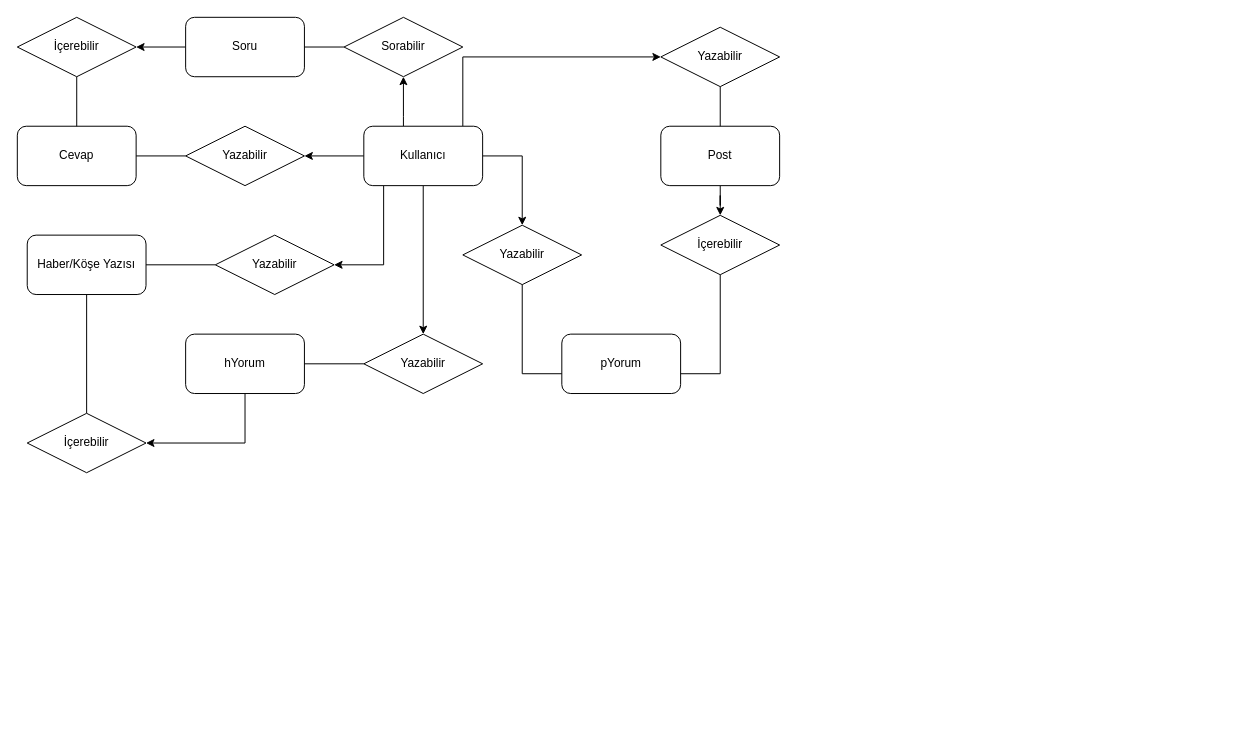
Earlier version of the draw.io diagram engelli_proje_er.drawio (smhcbr/flowcharts). Source tidied: cells renumbered, new cells numbered last; positions are measured from the earlier drawing's top-left corner, leaving out a move shared by most shapes. Both pictures are drawn from the tidied source at 99%, with x=0, y=0 at pixel (17, 17).
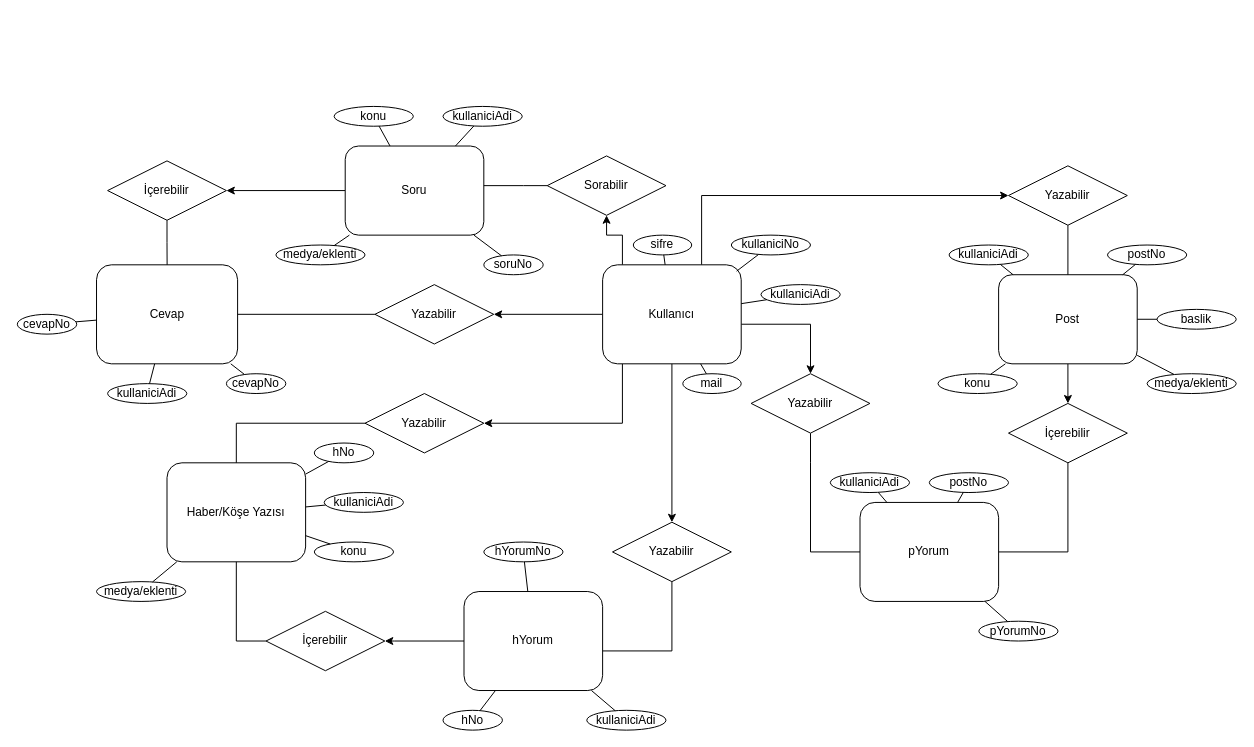
After the change.

The edit, as a diff of the source:
```diff
@@
     <mxCell id="2" style="edgeStyle=orthogonalEdgeStyle;rounded=0;jettySize=auto;html=1;" parent="1" edge="1" source="8" target="19">
       <mxGeometry relative="1" as="geometry">
         <Array as="points">
-          <mxPoint x="450" y="40" />
+          <mxPoint x="691.2" y="180" />
         </Array>
       </mxGeometry>
     </mxCell>
     <mxCell id="3" style="edgeStyle=orthogonalEdgeStyle;rounded=0;jettySize=auto;html=1;" parent="1" edge="1" source="8" target="21">
       <mxGeometry relative="1" as="geometry">
         <Array as="points">
-          <mxPoint x="510" y="140" />
+          <mxPoint x="801.2" y="310" />
         </Array>
       </mxGeometry>
     </mxCell>
     <mxCell id="4" style="edgeStyle=orthogonalEdgeStyle;rounded=0;jettySize=auto;html=1;" parent="1" edge="1" source="8" target="25">
       <mxGeometry relative="1" as="geometry">
         <Array as="points">
-          <mxPoint x="390" y="100" />
-          <mxPoint x="390" y="100" />
+          <mxPoint x="611.2" y="220" />
+          <mxPoint x="595.2" y="220" />
         </Array>
       </mxGeometry>
     </mxCell>
@@
     <mxCell id="6" style="edgeStyle=orthogonalEdgeStyle;rounded=0;jettySize=auto;html=1;" parent="1" edge="1" source="8" target="31">
       <mxGeometry relative="1" as="geometry">
         <Array as="points">
-          <mxPoint x="370" y="250" />
+          <mxPoint x="611.2" y="410" />
         </Array>
       </mxGeometry>
     </mxCell>
@@
     <mxCell id="8" value="Kullanıcı" style="rounded=1;whiteSpace=wrap;html=1;" parent="1" vertex="1">
-      <mxGeometry x="350" y="110" width="120" height="60" as="geometry" />
+      <mxGeometry x="591.2" y="250" width="140" height="100" as="geometry" />
     </mxCell>
@@
     <mxCell id="10" value="Post" style="rounded=1;whiteSpace=wrap;html=1;" parent="1" vertex="1">
-      <mxGeometry x="650" y="110" width="120" height="60" as="geometry" />
+      <mxGeometry x="991.2" y="260" width="140" height="90" as="geometry" />
     </mxCell>
     <mxCell id="11" value="Haber/Köşe Yazısı" style="rounded=1;whiteSpace=wrap;html=1;" parent="1" vertex="1">
-      <mxGeometry x="10" y="220" width="120" height="60" as="geometry" />
+      <mxGeometry x="151.2" y="450" width="140" height="100" as="geometry" />
     </mxCell>
@@
     <mxCell id="13" value="Soru" style="rounded=1;whiteSpace=wrap;html=1;" parent="1" vertex="1">
-      <mxGeometry x="170" width="120" height="60" as="geometry" />
+      <mxGeometry x="331.2" y="130" width="140" height="90" as="geometry" />
     </mxCell>
     <mxCell id="14" value="Cevap" style="rounded=1;whiteSpace=wrap;html=1;" parent="1" vertex="1">
-      <mxGeometry y="110" width="120" height="60" as="geometry" />
+      <mxGeometry x="80" y="250" width="142.5" height="100" as="geometry" />
     </mxCell>
     <mxCell id="15" value="pYorum" style="rounded=1;whiteSpace=wrap;html=1;" parent="1" vertex="1">
-      <mxGeometry x="550" y="320" width="120" height="60" as="geometry" />
+      <mxGeometry x="851.2" y="490" width="140" height="100" as="geometry" />
     </mxCell>
     <mxCell id="16" style="edgeStyle=orthogonalEdgeStyle;rounded=0;jettySize=auto;html=1;" parent="1" edge="1" source="17" target="35">
       <mxGeometry relative="1" as="geometry">
         <Array as="points">
-          <mxPoint x="230" y="430" />
+          <mxPoint x="381.2" y="630" />
+          <mxPoint x="381.2" y="630" />
         </Array>
       </mxGeometry>
     </mxCell>
     <mxCell id="17" value="hYorum" style="rounded=1;whiteSpace=wrap;html=1;" parent="1" vertex="1">
-      <mxGeometry x="170" y="320" width="120" height="60" as="geometry" />
+      <mxGeometry x="451.2" y="580" width="140" height="100" as="geometry" />
     </mxCell>
@@
     <mxCell id="19" value="Yazabilir" style="shape=rhombus;perimeter=rhombusPerimeter;whiteSpace=wrap;html=1;align=center;" parent="1" vertex="1">
-      <mxGeometry x="650" y="10" width="120" height="60" as="geometry" />
+      <mxGeometry x="1001.2" y="150" width="120" height="60" as="geometry" />
     </mxCell>
     <mxCell id="20" style="edgeStyle=orthogonalEdgeStyle;rounded=0;jettySize=auto;html=1;endArrow=none;endFill=0;" parent="1" edge="1" source="21" target="15">
       <mxGeometry relative="1" as="geometry">
         <Array as="points">
-          <mxPoint x="510" y="360" />
+          <mxPoint x="801.2" y="450" />
+          <mxPoint x="801.2" y="450" />
         </Array>
       </mxGeometry>
     </mxCell>
     <mxCell id="21" value="Yazabilir" style="shape=rhombus;perimeter=rhombusPerimeter;whiteSpace=wrap;html=1;align=center;" parent="1" vertex="1">
-      <mxGeometry x="450" y="210" width="120" height="60" as="geometry" />
+      <mxGeometry x="741.2" y="360" width="120" height="60" as="geometry" />
     </mxCell>
     <mxCell id="22" style="edgeStyle=orthogonalEdgeStyle;rounded=0;jettySize=auto;html=1;endArrow=none;endFill=0;" parent="1" edge="1" source="23" target="15">
       <mxGeometry relative="1" as="geometry">
         <Array as="points">
-          <mxPoint x="710" y="360" />
+          <mxPoint x="1061.2" y="540" />
         </Array>
       </mxGeometry>
     </mxCell>
     <mxCell id="23" value="İçerebilir" style="shape=rhombus;perimeter=rhombusPerimeter;whiteSpace=wrap;html=1;align=center;" parent="1" vertex="1">
-      <mxGeometry x="650" y="200" width="120" height="60" as="geometry" />
+      <mxGeometry x="1001.2" y="390" width="120" height="60" as="geometry" />
     </mxCell>
     <mxCell id="24" style="edgeStyle=orthogonalEdgeStyle;rounded=0;jettySize=auto;html=1;endArrow=none;endFill=0;" parent="1" edge="1" source="25" target="13">
-      <mxGeometry relative="1" as="geometry" />
+      <mxGeometry relative="1" as="geometry">
+        <Array as="points">
+          <mxPoint x="511.2" y="170" />
+          <mxPoint x="511.2" y="170" />
+        </Array>
+      </mxGeometry>
     </mxCell>
     <mxCell id="25" value="Sorabilir" style="shape=rhombus;perimeter=rhombusPerimeter;whiteSpace=wrap;html=1;align=center;" parent="1" vertex="1">
-      <mxGeometry x="330" width="120" height="60" as="geometry" />
+      <mxGeometry x="535.2" y="140" width="120" height="60" as="geometry" />
     </mxCell>
@@
     <mxCell id="27" value="İçerebilir" style="shape=rhombus;perimeter=rhombusPerimeter;whiteSpace=wrap;html=1;align=center;" parent="1" vertex="1">
-      <mxGeometry width="120" height="60" as="geometry" />
+      <mxGeometry x="91.2" y="145" width="120" height="60" as="geometry" />
     </mxCell>
@@
     <mxCell id="29" value="Yazabilir" style="shape=rhombus;perimeter=rhombusPerimeter;whiteSpace=wrap;html=1;align=center;" parent="1" vertex="1">
-      <mxGeometry x="170" y="110" width="120" height="60" as="geometry" />
+      <mxGeometry x="361.2" y="270" width="120" height="60" as="geometry" />
     </mxCell>
@@
     <mxCell id="31" value="Yazabilir" style="shape=rhombus;perimeter=rhombusPerimeter;whiteSpace=wrap;html=1;align=center;" parent="1" vertex="1">
-      <mxGeometry x="200" y="220" width="120" height="60" as="geometry" />
+      <mxGeometry x="351.2" y="380" width="120" height="60" as="geometry" />
     </mxCell>
     <mxCell id="32" style="edgeStyle=orthogonalEdgeStyle;rounded=0;jettySize=auto;html=1;endArrow=none;endFill=0;" parent="1" edge="1" source="33" target="17">
-      <mxGeometry relative="1" as="geometry" />
+      <mxGeometry relative="1" as="geometry">
+        <Array as="points">
+          <mxPoint x="661.2" y="640" />
+        </Array>
+      </mxGeometry>
     </mxCell>
     <mxCell id="33" value="Yazabilir" style="shape=rhombus;perimeter=rhombusPerimeter;whiteSpace=wrap;html=1;align=center;" parent="1" vertex="1">
-      <mxGeometry x="350" y="320" width="120" height="60" as="geometry" />
+      <mxGeometry x="601.2" y="510" width="120" height="60" as="geometry" />
     </mxCell>
     <mxCell id="34" style="edgeStyle=orthogonalEdgeStyle;rounded=0;jettySize=auto;html=1;endArrow=none;endFill=0;" parent="1" edge="1" source="35" target="11">
-      <mxGeometry relative="1" as="geometry" />
+      <mxGeometry relative="1" as="geometry">
+        <Array as="points">
+          <mxPoint x="221.2" y="630" />
+        </Array>
+      </mxGeometry>
     </mxCell>
     <mxCell id="35" value="İçerebilir" style="shape=rhombus;perimeter=rhombusPerimeter;whiteSpace=wrap;html=1;align=center;" parent="1" vertex="1">
-      <mxGeometry x="10" y="400" width="120" height="60" as="geometry" />
+      <mxGeometry x="251.2" y="600" width="120" height="60" as="geometry" />
     </mxCell>
+    <mxCell id="36" style="endArrow=none;html=1;rounded=0;exitX=0.967;exitY=0.064;exitDx=0;exitDy=0;exitPerimeter=0;" parent="1" edge="1" source="8" target="43">
+      <mxGeometry relative="1" as="geometry" />
+    </mxCell>
+    <mxCell id="37" value="kullaniciAdi" style="ellipse;whiteSpace=wrap;html=1;align=center;" parent="1" vertex="1">
+      <mxGeometry x="751.2" y="270" width="80" height="20" as="geometry" />
+    </mxCell>
+    <mxCell id="38" style="endArrow=none;html=1;rounded=0;" parent="1" edge="1" source="8" target="37">
+      <mxGeometry relative="1" as="geometry" />
+    </mxCell>
+    <mxCell id="39" value="sifre" style="ellipse;whiteSpace=wrap;html=1;align=center;" parent="1" vertex="1">
+      <mxGeometry x="622.2" y="220" width="59" height="20" as="geometry" />
+    </mxCell>
+    <mxCell id="40" style="endArrow=none;html=1;rounded=0;" parent="1" edge="1" source="8" target="39">
+      <mxGeometry relative="1" as="geometry" />
+    </mxCell>
+    <mxCell id="41" value="mail" style="ellipse;whiteSpace=wrap;html=1;align=center;" parent="1" vertex="1">
+      <mxGeometry x="672.2" y="360" width="59" height="20" as="geometry" />
+    </mxCell>
+    <mxCell id="42" style="endArrow=none;html=1;rounded=0;" parent="1" edge="1" source="8" target="41">
+      <mxGeometry relative="1" as="geometry" />
+    </mxCell>
+    <mxCell id="43" value="kullaniciNo" style="ellipse;whiteSpace=wrap;html=1;align=center;" parent="1" vertex="1">
+      <mxGeometry x="721.2" y="220" width="80" height="20" as="geometry" />
+    </mxCell>
+    <mxCell id="44" value="kullaniciAdi" style="ellipse;whiteSpace=wrap;html=1;align=center;" parent="1" vertex="1">
+      <mxGeometry x="941.2" y="230" width="80" height="20" as="geometry" />
+    </mxCell>
+    <mxCell id="45" style="endArrow=none;html=1;rounded=0;" parent="1" edge="1" source="10" target="44">
+      <mxGeometry relative="1" as="geometry" />
+    </mxCell>
+    <mxCell id="46" value="postNo" style="ellipse;whiteSpace=wrap;html=1;align=center;" parent="1" vertex="1">
+      <mxGeometry x="1101.2" y="230" width="80" height="20" as="geometry" />
+    </mxCell>
+    <mxCell id="47" style="endArrow=none;html=1;rounded=0;" parent="1" edge="1" source="10" target="46">
+      <mxGeometry relative="1" as="geometry" />
+    </mxCell>
+    <mxCell id="48" value="baslik" style="ellipse;whiteSpace=wrap;html=1;align=center;" parent="1" vertex="1">
+      <mxGeometry x="1151.2" y="295" width="80" height="20" as="geometry" />
+    </mxCell>
+    <mxCell id="49" style="endArrow=none;html=1;rounded=0;" parent="1" edge="1" source="10" target="48">
+      <mxGeometry relative="1" as="geometry" />
+    </mxCell>
+    <mxCell id="50" value="medya/eklenti" style="ellipse;whiteSpace=wrap;html=1;align=center;" parent="1" vertex="1">
+      <mxGeometry x="1141.2" y="360" width="90" height="20" as="geometry" />
+    </mxCell>
+    <mxCell id="51" style="endArrow=none;html=1;rounded=0;" parent="1" edge="1" source="10" target="50">
+      <mxGeometry relative="1" as="geometry" />
+    </mxCell>
+    <mxCell id="52" value="postNo" style="ellipse;whiteSpace=wrap;html=1;align=center;" parent="1" vertex="1">
+      <mxGeometry x="921.2" y="460" width="80" height="20" as="geometry" />
+    </mxCell>
+    <mxCell id="53" style="endArrow=none;html=1;rounded=0;" parent="1" edge="1" source="15" target="52">
+      <mxGeometry relative="1" as="geometry" />
+    </mxCell>
+    <mxCell id="54" value="kullaniciAdi" style="ellipse;whiteSpace=wrap;html=1;align=center;" parent="1" vertex="1">
+      <mxGeometry x="821.2" y="460" width="80" height="20" as="geometry" />
+    </mxCell>
+    <mxCell id="55" style="endArrow=none;html=1;rounded=0;" parent="1" edge="1" source="15" target="54">
+      <mxGeometry relative="1" as="geometry" />
+    </mxCell>
+    <mxCell id="56" value="pYorumNo" style="ellipse;whiteSpace=wrap;html=1;align=center;" parent="1" vertex="1">
+      <mxGeometry x="971.2" y="610" width="80" height="20" as="geometry" />
+    </mxCell>
+    <mxCell id="57" style="endArrow=none;html=1;rounded=0;" parent="1" edge="1" source="15" target="56">
+      <mxGeometry relative="1" as="geometry" />
+    </mxCell>
+    <mxCell id="58" value="konu" style="ellipse;whiteSpace=wrap;html=1;align=center;" parent="1" vertex="1">
+      <mxGeometry x="930" y="360" width="80" height="20" as="geometry" />
+    </mxCell>
+    <mxCell id="59" style="endArrow=none;html=1;rounded=0;" parent="1" edge="1" source="10" target="58">
+      <mxGeometry relative="1" as="geometry" />
+    </mxCell>
+    <mxCell id="60" value="konu" style="ellipse;whiteSpace=wrap;html=1;align=center;" parent="1" vertex="1">
+      <mxGeometry x="300" y="530" width="80" height="20" as="geometry" />
+    </mxCell>
+    <mxCell id="61" style="endArrow=none;html=1;rounded=0;" parent="1" edge="1" source="60" target="11">
+      <mxGeometry relative="1" as="geometry" />
+    </mxCell>
+    <mxCell id="62" value="kullaniciAdi" style="ellipse;whiteSpace=wrap;html=1;align=center;" parent="1" vertex="1">
+      <mxGeometry x="310" y="480" width="80" height="20" as="geometry" />
+    </mxCell>
+    <mxCell id="63" style="endArrow=none;html=1;rounded=0;" parent="1" edge="1" source="62" target="11">
+      <mxGeometry relative="1" as="geometry" />
+    </mxCell>
+    <mxCell id="64" value="hNo" style="ellipse;whiteSpace=wrap;html=1;align=center;" parent="1" vertex="1">
+      <mxGeometry x="300" y="430" width="60" height="20" as="geometry" />
+    </mxCell>
+    <mxCell id="65" style="endArrow=none;html=1;rounded=0;" parent="1" edge="1" source="64" target="11">
+      <mxGeometry relative="1" as="geometry" />
+    </mxCell>
+    <mxCell id="66" value="medya/eklenti" style="ellipse;whiteSpace=wrap;html=1;align=center;" parent="1" vertex="1">
+      <mxGeometry x="80" y="570" width="90" height="20" as="geometry" />
+    </mxCell>
+    <mxCell id="67" style="endArrow=none;html=1;rounded=0;" parent="1" edge="1" source="66" target="11">
+      <mxGeometry relative="1" as="geometry" />
+    </mxCell>
+    <mxCell id="68" value="kullaniciAdi" style="ellipse;whiteSpace=wrap;html=1;align=center;" parent="1" vertex="1">
+      <mxGeometry x="575.2" y="700" width="80" height="20" as="geometry" />
+    </mxCell>
+    <mxCell id="69" style="endArrow=none;html=1;rounded=0;" parent="1" edge="1" source="17" target="68">
+      <mxGeometry relative="1" as="geometry" />
+    </mxCell>
+    <mxCell id="70" value="hNo" style="ellipse;whiteSpace=wrap;html=1;align=center;" parent="1" vertex="1">
+      <mxGeometry x="430" y="700" width="60" height="20" as="geometry" />
+    </mxCell>
+    <mxCell id="71" style="endArrow=none;html=1;rounded=0;" parent="1" edge="1" source="17" target="70">
+      <mxGeometry relative="1" as="geometry" />
+    </mxCell>
+    <mxCell id="72" value="hYorumNo" style="ellipse;whiteSpace=wrap;html=1;align=center;" parent="1" vertex="1">
+      <mxGeometry x="471.2" y="530" width="80" height="20" as="geometry" />
+    </mxCell>
+    <mxCell id="73" style="endArrow=none;html=1;rounded=0;" parent="1" edge="1" source="72" target="17">
+      <mxGeometry relative="1" as="geometry" />
+    </mxCell>
+    <mxCell id="74" value="kullaniciAdi" style="ellipse;whiteSpace=wrap;html=1;align=center;" parent="1" vertex="1">
+      <mxGeometry x="430" y="90" width="80" height="20" as="geometry" />
+    </mxCell>
+    <mxCell id="75" style="endArrow=none;html=1;rounded=0;" parent="1" edge="1" source="13" target="74">
+      <mxGeometry relative="1" as="geometry" />
+    </mxCell>
+    <mxCell id="76" value="konu" style="ellipse;whiteSpace=wrap;html=1;align=center;" parent="1" vertex="1">
+      <mxGeometry x="320" y="90" width="80" height="20" as="geometry" />
+    </mxCell>
+    <mxCell id="77" style="endArrow=none;html=1;rounded=0;" parent="1" edge="1" source="13" target="76">
+      <mxGeometry relative="1" as="geometry" />
+    </mxCell>
+    <mxCell id="78" value="medya/eklenti" style="ellipse;whiteSpace=wrap;html=1;align=center;" parent="1" vertex="1">
+      <mxGeometry x="261.2" y="230" width="90" height="20" as="geometry" />
+    </mxCell>
+    <mxCell id="79" style="endArrow=none;html=1;rounded=0;" parent="1" edge="1" source="13" target="78">
+      <mxGeometry relative="1" as="geometry" />
+    </mxCell>
+    <mxCell id="80" value="soruNo" style="ellipse;whiteSpace=wrap;html=1;align=center;" parent="1" vertex="1">
+      <mxGeometry x="471.2" y="240" width="60" height="20" as="geometry" />
+    </mxCell>
+    <mxCell id="81" style="endArrow=none;html=1;rounded=0;" parent="1" edge="1" source="13" target="80">
+      <mxGeometry relative="1" as="geometry" />
+    </mxCell>
+    <mxCell id="82" value="cevapNo" style="ellipse;whiteSpace=wrap;html=1;align=center;" parent="1" vertex="1">
+      <mxGeometry x="211.2" y="360" width="60" height="20" as="geometry" />
+    </mxCell>
+    <mxCell id="83" style="endArrow=none;html=1;rounded=0;" parent="1" edge="1" source="14" target="82">
+      <mxGeometry relative="1" as="geometry" />
+    </mxCell>
+    <mxCell id="84" value="kullaniciAdi" style="ellipse;whiteSpace=wrap;html=1;align=center;" parent="1" vertex="1">
+      <mxGeometry x="91.2" y="370" width="80" height="20" as="geometry" />
+    </mxCell>
+    <mxCell id="85" style="endArrow=none;html=1;rounded=0;" parent="1" edge="1" source="84" target="14">
+      <mxGeometry relative="1" as="geometry" />
+    </mxCell>
+    <mxCell id="86" value="cevapNo" style="ellipse;whiteSpace=wrap;html=1;align=center;" parent="1" vertex="1">
+      <mxGeometry y="300" width="60" height="20" as="geometry" />
+    </mxCell>
+    <mxCell id="87" style="endArrow=none;html=1;rounded=0;" parent="1" edge="1" source="14" target="86">
+      <mxGeometry relative="1" as="geometry" />
+    </mxCell>
```
